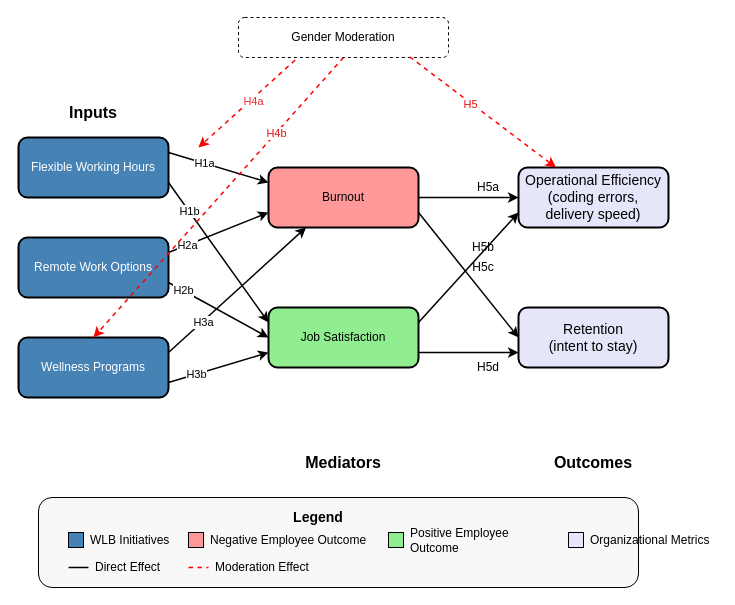
The draw.io diagram WLB2-1.drawio in vinayak-k24/DrawIO, before the edit. Source tidied: cells renumbered, new cells numbered last; positions are measured from the earlier drawing's top-left corner, leaving out a move shared by most shapes. Both pictures are drawn from the tidied source at 100%, with x=0, y=0 at pixel (18, 17).
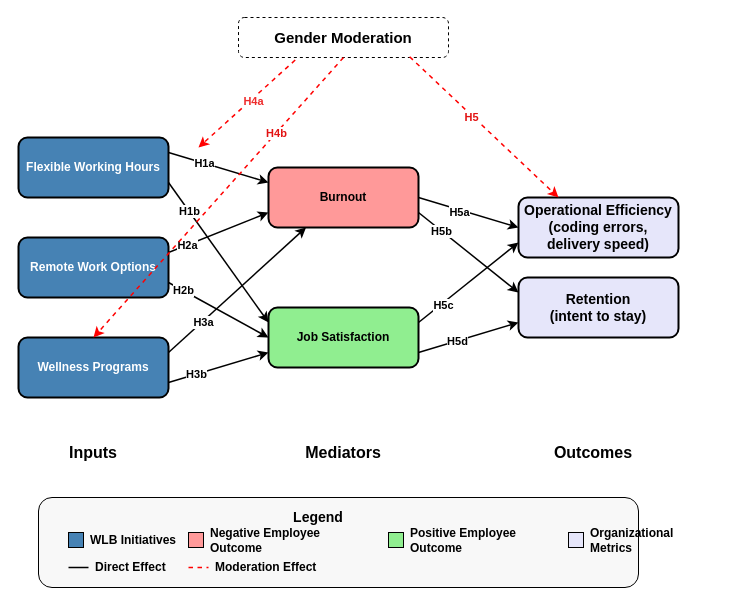
After the change.

Change to the diagram source:
```diff
@@
-    <mxCell id="2" value="Flexible Working Hours" style="rounded=1;whiteSpace=wrap;html=1;fillColor=#4682B4;strokeColor=#000000;strokeWidth=2;fontColor=#FFFFFF;" parent="1" vertex="1">
+    <mxCell id="2" value="Flexible Working Hours" style="rounded=1;whiteSpace=wrap;html=1;fillColor=#4682B4;strokeColor=#000000;strokeWidth=2;fontColor=#FFFFFF;fontStyle=1;" parent="1" vertex="1">
       <mxGeometry y="120" width="150" height="60" as="geometry" />
     </mxCell>
-    <mxCell id="3" value="Remote Work Options" style="rounded=1;whiteSpace=wrap;html=1;fillColor=#4682B4;strokeColor=#000000;strokeWidth=2;fontColor=#FFFFFF;" parent="1" vertex="1">
+    <mxCell id="3" value="Remote Work Options" style="rounded=1;whiteSpace=wrap;html=1;fillColor=#4682B4;strokeColor=#000000;strokeWidth=2;fontColor=#FFFFFF;fontStyle=1;" parent="1" vertex="1">
       <mxGeometry y="220" width="150" height="60" as="geometry" />
     </mxCell>
-    <mxCell id="4" value="Wellness Programs" style="rounded=1;whiteSpace=wrap;html=1;fillColor=#4682B4;strokeColor=#000000;strokeWidth=2;fontColor=#FFFFFF;" parent="1" vertex="1">
+    <mxCell id="4" value="Wellness Programs" style="rounded=1;whiteSpace=wrap;html=1;fillColor=#4682B4;strokeColor=#000000;strokeWidth=2;fontColor=#FFFFFF;fontStyle=1;" parent="1" vertex="1">
       <mxGeometry y="320" width="150" height="60" as="geometry" />
     </mxCell>
-    <mxCell id="5" value="Burnout" style="rounded=1;whiteSpace=wrap;html=1;fillColor=#FF9999;strokeColor=#000000;strokeWidth=2;" parent="1" vertex="1">
+    <mxCell id="5" value="Burnout" style="rounded=1;whiteSpace=wrap;html=1;fillColor=#FF9999;strokeColor=#000000;strokeWidth=2;fontStyle=1;" parent="1" vertex="1">
       <mxGeometry x="250" y="150" width="150" height="60" as="geometry" />
     </mxCell>
-    <mxCell id="6" value="Job Satisfaction" style="rounded=1;whiteSpace=wrap;html=1;fillColor=#90EE90;strokeColor=#000000;strokeWidth=2;" parent="1" vertex="1">
+    <mxCell id="6" value="Job Satisfaction" style="rounded=1;whiteSpace=wrap;html=1;fillColor=#90EE90;strokeColor=#000000;strokeWidth=2;fontStyle=1;" parent="1" vertex="1">
       <mxGeometry x="250" y="290" width="150" height="60" as="geometry" />
     </mxCell>
-    <mxCell id="7" value="Operational Efficiency&#10;(coding errors, delivery speed)" style="rounded=1;whiteSpace=wrap;html=1;fillColor=#E6E6FA;strokeColor=#000000;strokeWidth=2;fontSize=14;spacingTop=0;spacing=5;verticalAlign=middle;" parent="1" vertex="1">
-      <mxGeometry x="500" y="150" width="150" height="60" as="geometry" />
+    <mxCell id="7" value="Operational Efficiency&#10;(coding errors, delivery speed)" style="rounded=1;whiteSpace=wrap;html=1;fillColor=#E6E6FA;strokeColor=#000000;strokeWidth=2;fontSize=14;spacingTop=0;spacing=5;verticalAlign=middle;fontStyle=1;" parent="1" vertex="1">
+      <mxGeometry x="500" y="180" width="160" height="60" as="geometry" />
     </mxCell>
-    <mxCell id="8" value="Retention&#10;(intent to stay)" style="rounded=1;whiteSpace=wrap;html=1;fillColor=#E6E6FA;strokeColor=#000000;strokeWidth=2;fontSize=14;spacingTop=0;spacing=5;verticalAlign=middle;" parent="1" vertex="1">
-      <mxGeometry x="500" y="290" width="150" height="60" as="geometry" />
+    <mxCell id="8" value="Retention&#10;(intent to stay)" style="rounded=1;whiteSpace=wrap;html=1;fillColor=#E6E6FA;strokeColor=#000000;strokeWidth=2;fontSize=14;spacingTop=0;spacing=5;verticalAlign=middle;fontStyle=1;" parent="1" vertex="1">
+      <mxGeometry x="500" y="260" width="160" height="60" as="geometry" />
     </mxCell>
-    <mxCell id="9" value="Gender Moderation" style="rounded=1;whiteSpace=wrap;html=1;fillColor=none;strokeColor=#000000;strokeWidth=1;dashed=1;" parent="1" vertex="1">
+    <mxCell id="9" value="Gender Moderation" style="rounded=1;whiteSpace=wrap;html=1;fillColor=none;strokeColor=#000000;strokeWidth=1;dashed=1;fontStyle=1;fontSize=15;" parent="1" vertex="1">
       <mxGeometry x="220" width="210" height="40" as="geometry" />
     </mxCell>
     <mxCell id="10" value="Inputs" style="text;html=1;strokeColor=none;fillColor=none;align=center;verticalAlign=middle;whiteSpace=wrap;rounded=0;fontSize=16;fontStyle=1;" parent="1" vertex="1">
-      <mxGeometry x="25" y="80" width="100" height="30" as="geometry" />
+      <mxGeometry x="25" y="420" width="100" height="30" as="geometry" />
     </mxCell>
     <mxCell id="11" value="Mediators" style="text;html=1;strokeColor=none;fillColor=none;align=center;verticalAlign=middle;whiteSpace=wrap;rounded=0;fontSize=16;fontStyle=1;" parent="1" vertex="1">
-      <mxGeometry x="275" y="430" width="100" height="30" as="geometry" />
+      <mxGeometry x="275" y="420" width="100" height="30" as="geometry" />
     </mxCell>
     <mxCell id="12" value="Outcomes" style="text;html=1;strokeColor=none;fillColor=none;align=center;verticalAlign=middle;whiteSpace=wrap;rounded=0;fontSize=16;fontStyle=1;" parent="1" vertex="1">
-      <mxGeometry x="525" y="430" width="100" height="30" as="geometry" />
+      <mxGeometry x="525" y="420" width="100" height="30" as="geometry" />
     </mxCell>
-    <mxCell id="13" style="rounded=1;whiteSpace=wrap;html=1;fillColor=#F8F8F8;strokeColor=#000000;strokeWidth=1;" parent="1" vertex="1">
+    <mxCell id="13" style="rounded=1;whiteSpace=wrap;html=1;fillColor=#F8F8F8;strokeColor=#000000;strokeWidth=1;fontStyle=1;" parent="1" vertex="1">
       <mxGeometry x="20" y="480" width="600" height="90" as="geometry" />
     </mxCell>
@@
-    <mxCell id="15" style="whiteSpace=wrap;html=1;fillColor=#4682B4;" parent="1" vertex="1">
+    <mxCell id="15" style="whiteSpace=wrap;html=1;fillColor=#4682B4;fontStyle=1;" parent="1" vertex="1">
       <mxGeometry x="50" y="515" width="15" height="15" as="geometry" />
     </mxCell>
-    <mxCell id="16" value="WLB Initiatives" style="text;html=1;strokeColor=none;fillColor=none;align=left;verticalAlign=middle;whiteSpace=wrap;rounded=0;fontSize=12;" parent="1" vertex="1">
+    <mxCell id="16" value="WLB Initiatives" style="text;html=1;strokeColor=none;fillColor=none;align=left;verticalAlign=middle;whiteSpace=wrap;rounded=0;fontSize=12;fontStyle=1;" parent="1" vertex="1">
       <mxGeometry x="70" y="515" width="100" height="15" as="geometry" />
     </mxCell>
-    <mxCell id="17" style="whiteSpace=wrap;html=1;fillColor=#FF9999;" parent="1" vertex="1">
+    <mxCell id="17" style="whiteSpace=wrap;html=1;fillColor=#FF9999;fontStyle=1;" parent="1" vertex="1">
       <mxGeometry x="170" y="515" width="15" height="15" as="geometry" />
     </mxCell>
-    <mxCell id="18" value="Negative Employee Outcome" style="text;html=1;strokeColor=none;fillColor=none;align=left;verticalAlign=middle;whiteSpace=wrap;rounded=0;fontSize=12;" parent="1" vertex="1">
+    <mxCell id="18" value="Negative Employee Outcome" style="text;html=1;strokeColor=none;fillColor=none;align=left;verticalAlign=middle;whiteSpace=wrap;rounded=0;fontSize=12;fontStyle=1;" parent="1" vertex="1">
       <mxGeometry x="190" y="515" width="160" height="15" as="geometry" />
     </mxCell>
-    <mxCell id="19" style="whiteSpace=wrap;html=1;fillColor=#90EE90;" parent="1" vertex="1">
+    <mxCell id="19" style="whiteSpace=wrap;html=1;fillColor=#90EE90;fontStyle=1;" parent="1" vertex="1">
       <mxGeometry x="370" y="515" width="15" height="15" as="geometry" />
     </mxCell>
-    <mxCell id="20" value="Positive Employee Outcome" style="text;html=1;strokeColor=none;fillColor=none;align=left;verticalAlign=middle;whiteSpace=wrap;rounded=0;fontSize=12;" parent="1" vertex="1">
+    <mxCell id="20" value="Positive Employee Outcome" style="text;html=1;strokeColor=none;fillColor=none;align=left;verticalAlign=middle;whiteSpace=wrap;rounded=0;fontSize=12;fontStyle=1;" parent="1" vertex="1">
       <mxGeometry x="390" y="515" width="150" height="15" as="geometry" />
     </mxCell>
-    <mxCell id="21" style="whiteSpace=wrap;html=1;fillColor=#E6E6FA;" parent="1" vertex="1">
+    <mxCell id="21" style="whiteSpace=wrap;html=1;fillColor=#E6E6FA;fontStyle=1;" parent="1" vertex="1">
       <mxGeometry x="550" y="515" width="15" height="15" as="geometry" />
     </mxCell>
-    <mxCell id="22" value="Organizational Metrics" style="text;html=1;strokeColor=none;fillColor=none;align=left;verticalAlign=middle;whiteSpace=wrap;rounded=0;fontSize=12;" parent="1" vertex="1">
+    <mxCell id="22" value="Organizational Metrics" style="text;html=1;strokeColor=none;fillColor=none;align=left;verticalAlign=middle;whiteSpace=wrap;rounded=0;fontSize=12;fontStyle=1;" parent="1" vertex="1">
       <mxGeometry x="570" y="515" width="130" height="15" as="geometry" />
     </mxCell>
-    <mxCell id="23" style="endArrow=none;html=1;rounded=0;strokeWidth=1.5;strokeColor=#000000;" parent="1" edge="1">
+    <mxCell id="23" style="endArrow=none;html=1;rounded=0;strokeWidth=1.5;strokeColor=#000000;fontStyle=1;" parent="1" edge="1">
       <mxGeometry relative="1" as="geometry">
         <mxPoint x="50" y="550" as="sourcePoint" />
         <mxPoint x="70" y="550" as="targetPoint" />
       </mxGeometry>
     </mxCell>
-    <mxCell id="24" value="Direct Effect" style="text;html=1;strokeColor=none;fillColor=none;align=left;verticalAlign=middle;whiteSpace=wrap;rounded=0;fontSize=12;" parent="1" vertex="1">
+    <mxCell id="24" value="Direct Effect" style="text;html=1;strokeColor=none;fillColor=none;align=left;verticalAlign=middle;whiteSpace=wrap;rounded=0;fontSize=12;fontStyle=1;" parent="1" vertex="1">
       <mxGeometry x="75" y="542" width="90" height="15" as="geometry" />
     </mxCell>
-    <mxCell id="25" style="endArrow=none;html=1;rounded=0;strokeWidth=1.5;strokeColor=#FF0000;dashed=1;" parent="1" edge="1">
+    <mxCell id="25" style="endArrow=none;html=1;rounded=0;strokeWidth=1.5;strokeColor=#FF0000;dashed=1;fontStyle=1;" parent="1" edge="1">
       <mxGeometry relative="1" as="geometry">
         <mxPoint x="170" y="550" as="sourcePoint" />
         <mxPoint x="190" y="550" as="targetPoint" />
       </mxGeometry>
     </mxCell>
-    <mxCell id="26" value="Moderation Effect" style="text;html=1;strokeColor=none;fillColor=none;align=left;verticalAlign=middle;whiteSpace=wrap;rounded=0;fontSize=12;" parent="1" vertex="1">
+    <mxCell id="26" value="Moderation Effect" style="text;html=1;strokeColor=none;fillColor=none;align=left;verticalAlign=middle;whiteSpace=wrap;rounded=0;fontSize=12;fontStyle=1;" parent="1" vertex="1">
       <mxGeometry x="195" y="542" width="110" height="15" as="geometry" />
     </mxCell>
-    <mxCell id="27" style="rounded=0;jettySize=auto;html=1;exitX=1;exitY=0.25;exitDx=0;exitDy=0;entryX=0;entryY=0.25;entryDx=0;entryDy=0;strokeWidth=1.5;" parent="1" edge="1" source="2" target="5">
+    <mxCell id="27" style="rounded=0;jettySize=auto;html=1;exitX=1;exitY=0.25;exitDx=0;exitDy=0;entryX=0;entryY=0.25;entryDx=0;entryDy=0;strokeWidth=1.5;fontStyle=1;" parent="1" edge="1" source="2" target="5">
       <mxGeometry relative="1" as="geometry" />
     </mxCell>
-    <mxCell id="28" value="H1a" style="edgeLabel;html=1;align=center;verticalAlign=middle;" parent="27" vertex="1">
+    <mxCell id="28" value="H1a" style="edgeLabel;html=1;align=center;verticalAlign=middle;fontStyle=1;" parent="27" vertex="1">
       <mxGeometry x="-0.29" relative="1" as="geometry" />
     </mxCell>
-    <mxCell id="29" style="rounded=0;jettySize=auto;html=1;exitX=1;exitY=0.75;exitDx=0;exitDy=0;entryX=0;entryY=0.25;entryDx=0;entryDy=0;strokeWidth=1.5;" parent="1" edge="1" source="2" target="6">
+    <mxCell id="29" style="rounded=0;jettySize=auto;html=1;exitX=1;exitY=0.75;exitDx=0;exitDy=0;entryX=0;entryY=0.25;entryDx=0;entryDy=0;strokeWidth=1.5;fontStyle=1;" parent="1" edge="1" source="2" target="6">
       <mxGeometry relative="1" as="geometry" />
     </mxCell>
-    <mxCell id="30" value="H1b" style="edgeLabel;html=1;align=center;verticalAlign=middle;" parent="29" vertex="1">
+    <mxCell id="30" value="H1b" style="edgeLabel;html=1;align=center;verticalAlign=middle;fontStyle=1;" parent="29" vertex="1">
       <mxGeometry x="-0.59" relative="1" as="geometry" />
     </mxCell>
-    <mxCell id="31" style="rounded=0;jettySize=auto;html=1;exitX=1;exitY=0.25;exitDx=0;exitDy=0;entryX=0;entryY=0.75;entryDx=0;entryDy=0;strokeWidth=1.5;" parent="1" edge="1" source="3" target="5">
+    <mxCell id="31" style="rounded=0;jettySize=auto;html=1;exitX=1;exitY=0.25;exitDx=0;exitDy=0;entryX=0;entryY=0.75;entryDx=0;entryDy=0;strokeWidth=1.5;fontStyle=1;" parent="1" edge="1" source="3" target="5">
       <mxGeometry relative="1" as="geometry" />
     </mxCell>
-    <mxCell id="32" value="H2a" style="edgeLabel;html=1;align=center;verticalAlign=middle;" parent="31" vertex="1">
+    <mxCell id="32" value="H2a" style="edgeLabel;html=1;align=center;verticalAlign=middle;fontStyle=1;" parent="31" vertex="1">
       <mxGeometry x="-0.63" relative="1" as="geometry" />
     </mxCell>
-    <mxCell id="33" style="rounded=0;jettySize=auto;html=1;exitX=1;exitY=0.75;exitDx=0;exitDy=0;entryX=0;entryY=0.5;entryDx=0;entryDy=0;strokeWidth=1.5;" parent="1" edge="1" source="3" target="6">
+    <mxCell id="33" style="rounded=0;jettySize=auto;html=1;exitX=1;exitY=0.75;exitDx=0;exitDy=0;entryX=0;entryY=0.5;entryDx=0;entryDy=0;strokeWidth=1.5;fontStyle=1;" parent="1" edge="1" source="3" target="6">
       <mxGeometry relative="1" as="geometry" />
     </mxCell>
-    <mxCell id="34" value="H2b" style="edgeLabel;html=1;align=center;verticalAlign=middle;" parent="33" vertex="1">
+    <mxCell id="34" value="H2b" style="edgeLabel;html=1;align=center;verticalAlign=middle;fontStyle=1;" parent="33" vertex="1">
       <mxGeometry x="-0.72" relative="1" as="geometry" />
     </mxCell>
-    <mxCell id="35" style="rounded=0;jettySize=auto;html=1;exitX=1;exitY=0.25;exitDx=0;exitDy=0;entryX=0.25;entryY=1;entryDx=0;entryDy=0;strokeWidth=1.5;" parent="1" edge="1" source="4" target="5">
+    <mxCell id="35" style="rounded=0;jettySize=auto;html=1;exitX=1;exitY=0.25;exitDx=0;exitDy=0;entryX=0.25;entryY=1;entryDx=0;entryDy=0;strokeWidth=1.5;fontStyle=1;" parent="1" edge="1" source="4" target="5">
       <mxGeometry relative="1" as="geometry" />
     </mxCell>
-    <mxCell id="36" value="H3a" style="edgeLabel;html=1;align=center;verticalAlign=middle;" parent="35" vertex="1">
+    <mxCell id="36" value="H3a" style="edgeLabel;html=1;align=center;verticalAlign=middle;fontStyle=1;" parent="35" vertex="1">
       <mxGeometry x="-0.51" relative="1" as="geometry" />
     </mxCell>
-    <mxCell id="37" style="rounded=0;jettySize=auto;html=1;exitX=1;exitY=0.75;exitDx=0;exitDy=0;entryX=0;entryY=0.75;entryDx=0;entryDy=0;strokeWidth=1.5;" parent="1" edge="1" source="4" target="6">
+    <mxCell id="37" style="rounded=0;jettySize=auto;html=1;exitX=1;exitY=0.75;exitDx=0;exitDy=0;entryX=0;entryY=0.75;entryDx=0;entryDy=0;strokeWidth=1.5;fontStyle=1;" parent="1" edge="1" source="4" target="6">
       <mxGeometry relative="1" as="geometry" />
     </mxCell>
-    <mxCell id="38" value="H3b" style="edgeLabel;html=1;align=center;verticalAlign=middle;" parent="37" vertex="1">
+    <mxCell id="38" value="H3b" style="edgeLabel;html=1;align=center;verticalAlign=middle;fontStyle=1;" parent="37" vertex="1">
       <mxGeometry x="-0.45" relative="1" as="geometry" />
     </mxCell>
-    <mxCell id="39" style="rounded=0;jettySize=auto;html=1;exitX=1;exitY=0.5;exitDx=0;exitDy=0;entryX=0;entryY=0.5;entryDx=0;entryDy=0;strokeWidth=1.5;" parent="1" edge="1" source="5" target="7">
+    <mxCell id="39" style="rounded=0;jettySize=auto;html=1;exitX=1;exitY=0.5;exitDx=0;exitDy=0;entryX=0;entryY=0.5;entryDx=0;entryDy=0;strokeWidth=1.5;fontStyle=1;" parent="1" edge="1" source="5" target="7">
       <mxGeometry relative="1" as="geometry" />
     </mxCell>
-    <mxCell id="40" value="H5a" style="text;html=1;strokeColor=none;fillColor=none;align=center;verticalAlign=middle;whiteSpace=wrap;rounded=0;fontSize=12;" parent="1" vertex="1">
-      <mxGeometry x="450" y="160" width="40" height="20" as="geometry" />
+    <mxCell id="40" value="H5a" style="edgeLabel;html=1;align=center;verticalAlign=middle;fontStyle=1;" parent="39" vertex="1">
+      <mxGeometry x="-0.17" y="-2" relative="1" as="geometry" />
     </mxCell>
-    <mxCell id="41" style="rounded=0;jettySize=auto;html=1;exitX=1;exitY=0.75;exitDx=0;exitDy=0;entryX=0;entryY=0.5;entryDx=0;entryDy=0;strokeWidth=1.5;" parent="1" edge="1" source="5" target="8">
+    <mxCell id="41" style="rounded=0;jettySize=auto;html=1;exitX=1;exitY=0.75;exitDx=0;exitDy=0;entryX=0;entryY=0.25;entryDx=0;entryDy=0;strokeWidth=1.5;fontStyle=1;" parent="1" edge="1" source="5" target="8">
       <mxGeometry relative="1" as="geometry" />
     </mxCell>
-    <mxCell id="42" value="H5b" style="text;html=1;strokeColor=none;fillColor=none;align=center;verticalAlign=middle;whiteSpace=wrap;rounded=0;fontSize=12;" parent="1" vertex="1">
-      <mxGeometry x="445" y="220" width="40" height="20" as="geometry" />
+    <mxCell id="42" value="H5b" style="edgeLabel;html=1;align=center;verticalAlign=middle;fontStyle=1;" parent="41" vertex="1">
+      <mxGeometry x="-0.54" y="-1" relative="1" as="geometry" />
     </mxCell>
-    <mxCell id="43" style="rounded=0;jettySize=auto;html=1;exitX=1;exitY=0.25;exitDx=0;exitDy=0;entryX=0;entryY=0.75;entryDx=0;entryDy=0;strokeWidth=1.5;" parent="1" edge="1" source="6" target="7">
+    <mxCell id="43" style="rounded=0;jettySize=auto;html=1;exitX=1;exitY=0.25;exitDx=0;exitDy=0;entryX=0;entryY=0.75;entryDx=0;entryDy=0;strokeWidth=1.5;fontStyle=1;" parent="1" edge="1" source="6" target="7">
       <mxGeometry relative="1" as="geometry" />
     </mxCell>
-    <mxCell id="44" value="H5c" style="text;html=1;strokeColor=none;fillColor=none;align=center;verticalAlign=middle;whiteSpace=wrap;rounded=0;fontSize=12;" parent="1" vertex="1">
-      <mxGeometry x="445" y="240" width="40" height="20" as="geometry" />
+    <mxCell id="44" value="H5c" style="edgeLabel;html=1;align=center;verticalAlign=middle;fontStyle=1;" parent="43" vertex="1">
+      <mxGeometry x="-0.53" y="-1" relative="1" as="geometry" />
     </mxCell>
-    <mxCell id="45" style="rounded=0;jettySize=auto;html=1;exitX=1;exitY=0.75;exitDx=0;exitDy=0;entryX=0;entryY=0.75;entryDx=0;entryDy=0;strokeWidth=1.5;" parent="1" edge="1" source="6" target="8">
+    <mxCell id="45" style="rounded=0;jettySize=auto;html=1;exitX=1;exitY=0.75;exitDx=0;exitDy=0;entryX=0;entryY=0.75;entryDx=0;entryDy=0;strokeWidth=1.5;fontStyle=1;" parent="1" edge="1" source="6" target="8">
       <mxGeometry relative="1" as="geometry" />
     </mxCell>
-    <mxCell id="46" value="H5d" style="text;html=1;strokeColor=none;fillColor=none;align=center;verticalAlign=middle;whiteSpace=wrap;rounded=0;fontSize=12;" parent="1" vertex="1">
-      <mxGeometry x="450" y="340" width="40" height="20" as="geometry" />
+    <mxCell id="46" value="H5d" style="edgeLabel;html=1;align=center;verticalAlign=middle;fontStyle=1;" parent="45" vertex="1">
+      <mxGeometry x="-0.24" relative="1" as="geometry" />
     </mxCell>
-    <mxCell id="47" style="rounded=0;jettySize=auto;html=1;exitX=0.27;exitY=1.064;exitDx=0;exitDy=0;strokeWidth=1.5;strokeColor=#FF0000;dashed=1;exitPerimeter=0;fontColor=light-dark(#ee2b2b, #ededed);" parent="1" edge="1" source="9">
+    <mxCell id="47" style="rounded=0;jettySize=auto;html=1;exitX=0.27;exitY=1.064;exitDx=0;exitDy=0;strokeWidth=1.5;strokeColor=#FF0000;dashed=1;exitPerimeter=0;fontColor=light-dark(#ee2b2b, #ededed);fontStyle=1;" parent="1" edge="1" source="9">
       <mxGeometry relative="1" as="geometry">
         <mxPoint x="180" y="130" as="targetPoint" />
       </mxGeometry>
     </mxCell>
-    <mxCell id="48" value="H4a" style="edgeLabel;html=1;align=center;verticalAlign=middle;fontColor=light-dark(#ee2b2b, #ededed);" parent="47" vertex="1">
+    <mxCell id="48" value="H4a" style="edgeLabel;html=1;align=center;verticalAlign=middle;fontColor=light-dark(#ee2b2b, #ededed);fontStyle=1;" parent="47" vertex="1">
       <mxGeometry x="-0.09" y="2" relative="1" as="geometry" />
     </mxCell>
-    <mxCell id="49" style="rounded=0;jettySize=auto;html=1;exitX=0.5;exitY=1;exitDx=0;exitDy=0;entryX=0.5;entryY=0;entryDx=0;entryDy=0;strokeWidth=1.5;strokeColor=#FF0000;dashed=1;" parent="1" edge="1" source="9" target="4">
+    <mxCell id="49" style="rounded=0;jettySize=auto;html=1;exitX=0.5;exitY=1;exitDx=0;exitDy=0;entryX=0.5;entryY=0;entryDx=0;entryDy=0;strokeWidth=1.5;strokeColor=#FF0000;dashed=1;fontStyle=1;" parent="1" edge="1" source="9" target="4">
       <mxGeometry relative="1" as="geometry" />
     </mxCell>
-    <mxCell id="50" value="&lt;font style=&quot;color: rgb(226, 18, 18);&quot;&gt;H4b&lt;/font&gt;" style="edgeLabel;html=1;align=center;verticalAlign=middle;" parent="49" vertex="1">
+    <mxCell id="50" value="&lt;font style=&quot;color: rgb(226, 18, 18);&quot;&gt;H4b&lt;/font&gt;" style="edgeLabel;html=1;align=center;verticalAlign=middle;fontStyle=1;" parent="49" vertex="1">
       <mxGeometry x="-0.46" relative="1" as="geometry" />
     </mxCell>
-    <mxCell id="51" style="rounded=0;jettySize=auto;html=1;exitX=0.815;exitY=0.982;exitDx=0;exitDy=0;strokeWidth=1.5;strokeColor=#FF0000;dashed=1;entryX=0.25;entryY=0;entryDx=0;entryDy=0;exitPerimeter=0;" parent="1" edge="1" source="9" target="7">
+    <mxCell id="51" style="rounded=0;jettySize=auto;html=1;exitX=0.815;exitY=0.982;exitDx=0;exitDy=0;strokeWidth=1.5;strokeColor=#FF0000;dashed=1;entryX=0.25;entryY=0;entryDx=0;entryDy=0;exitPerimeter=0;fontStyle=1;" parent="1" edge="1" source="9" target="7">
       <mxGeometry relative="1" as="geometry" />
     </mxCell>
-    <mxCell id="52" value="&lt;font style=&quot;color: rgb(226, 18, 18);&quot;&gt;H5&lt;/font&gt;" style="edgeLabel;html=1;align=center;verticalAlign=middle;" parent="51" vertex="1">
+    <mxCell id="52" value="&lt;font style=&quot;color: rgb(226, 18, 18);&quot;&gt;H5&lt;/font&gt;" style="edgeLabel;html=1;align=center;verticalAlign=middle;fontStyle=1;" parent="51" vertex="1">
       <mxGeometry x="-0.16" y="-1" relative="1" as="geometry" />
     </mxCell>
```
